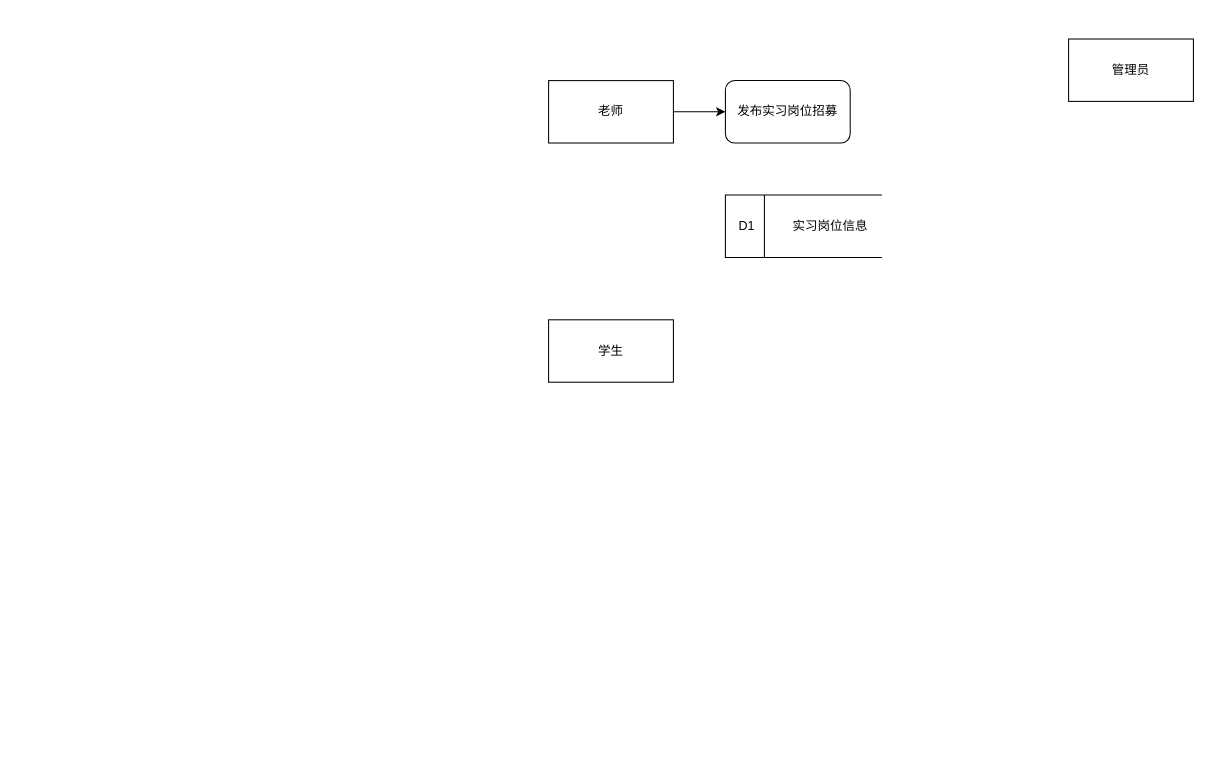
Before: 数据库大作业数据流图.drawio in peng-na/draw.io_pic, a draw.io diagram. Source tidied: cells renumbered, new cells numbered last; positions are measured from the earlier drawing's top-left corner, leaving out a move shared by most shapes. Both pictures are drawn from the tidied source at 104%, with x=0, y=0 at pixel (548, 38).
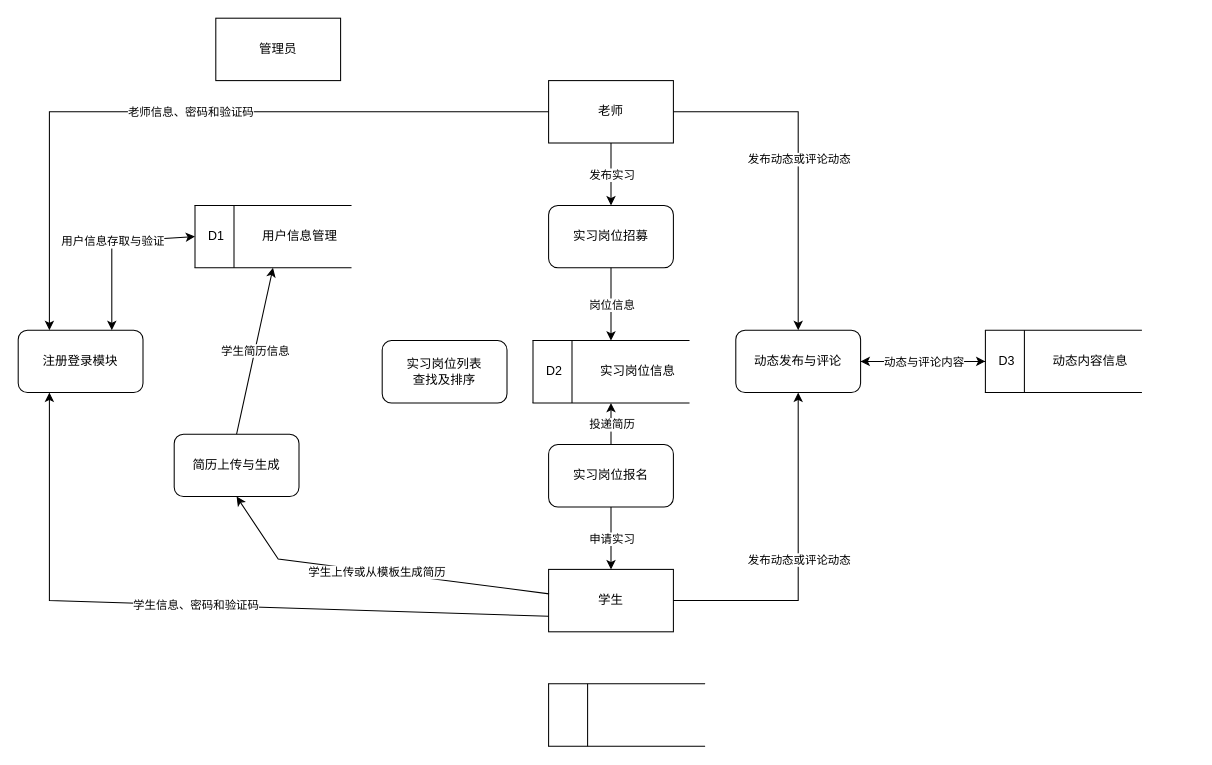
The same page after the edit.

Commit message (it also covers changes not shown here):
更新数据库大作业数据流图.drawio

The change refers to these unchanged cells:
```xml
<mxCell id="4" value="老师" style="rounded=0;whiteSpace=wrap;html=1;" parent="1" vertex="1">
  <mxGeometry y="40" width="120" height="60" as="geometry" />
</mxCell>
```

Diff of the diagram source:
```diff
@@
     <mxCell id="2" value="学生" style="rounded=0;whiteSpace=wrap;html=1;" parent="1" vertex="1">
-      <mxGeometry y="270" width="120" height="60" as="geometry" />
+      <mxGeometry y="510" width="120" height="60" as="geometry" />
     </mxCell>
-    <mxCell id="3" style="edgeStyle=orthogonalEdgeStyle;rounded=0;jettySize=auto;html=1;" parent="1" edge="1" source="4" target="6">
-      <mxGeometry relative="1" as="geometry" />
-    </mxCell>
@@
     <mxCell id="5" value="管理员" style="rounded=0;whiteSpace=wrap;html=1;" parent="1" vertex="1">
-      <mxGeometry x="500" width="120" height="60" as="geometry" />
+      <mxGeometry x="-320" y="-20" width="120" height="60" as="geometry" />
     </mxCell>
-    <mxCell id="6" value="发布实习岗位招募" style="rounded=1;whiteSpace=wrap;html=1;" parent="1" vertex="1">
-      <mxGeometry x="170" y="40" width="120" height="60" as="geometry" />
+    <mxCell id="6" value="实习岗位招募" style="rounded=1;whiteSpace=wrap;html=1;" parent="1" vertex="1">
+      <mxGeometry y="160" width="120" height="60" as="geometry" />
     </mxCell>
     <mxCell id="7" style="group;" parent="1" vertex="1">
-      <mxGeometry x="170" y="150" width="150" height="60" as="geometry" />
+      <mxGeometry x="-10" y="290" width="150" height="60" as="geometry" />
     </mxCell>
-    <mxCell id="8" value="D1&amp;nbsp; &amp;nbsp; &amp;nbsp; &amp;nbsp; &amp;nbsp; &amp;nbsp;实习岗位信息" style="shape=partialRectangle;whiteSpace=wrap;html=1;left=0;right=0;fillColor=none;" parent="7" vertex="1">
-      <mxGeometry width="150" height="60" as="geometry" />
+    <mxCell id="8" value="D2&amp;nbsp; &amp;nbsp; &amp;nbsp; &amp;nbsp; &amp;nbsp; &amp;nbsp;实习岗位信息" style="shape=partialRectangle;whiteSpace=wrap;html=1;left=0;right=0;fillColor=none;" parent="7" vertex="1">
+      <mxGeometry x="-5" width="150" height="60" as="geometry" />
     </mxCell>
@@
+    <mxCell id="11" value="实习岗位报名" style="rounded=1;whiteSpace=wrap;html=1;" parent="1" vertex="1">
+      <mxGeometry y="390" width="120" height="60" as="geometry" />
+    </mxCell>
+    <mxCell id="12" style="group;" parent="1" vertex="1">
+      <mxGeometry y="620" width="150" height="60" as="geometry" />
+    </mxCell>
+    <mxCell id="13" style="shape=partialRectangle;whiteSpace=wrap;html=1;left=0;right=0;fillColor=none;" parent="12" vertex="1">
+      <mxGeometry width="150" height="60" as="geometry" />
+    </mxCell>
+    <mxCell id="14" style="endArrow=none;html=1;rounded=0;entryX=0;entryY=0;entryDx=0;entryDy=0;exitX=0;exitY=1;exitDx=0;exitDy=0;" parent="12" edge="1" source="13" target="13">
+      <mxGeometry relative="1" as="geometry" />
+    </mxCell>
+    <mxCell id="15" style="endArrow=none;html=1;rounded=0;entryX=0.25;entryY=0;entryDx=0;entryDy=0;exitX=0.25;exitY=1;exitDx=0;exitDy=0;" parent="12" edge="1" source="13" target="13">
+      <mxGeometry relative="1" as="geometry" />
+    </mxCell>
+    <mxCell id="3" style="endArrow=classic;html=1;rounded=0;exitX=0.5;exitY=1;exitDx=0;exitDy=0;entryX=0.5;entryY=0;entryDx=0;entryDy=0;" parent="1" edge="1" source="4" target="6">
+      <mxGeometry relative="1" as="geometry" />
+    </mxCell>
+    <mxCell id="16" value="发布实习" style="edgeLabel;html=1;align=center;verticalAlign=middle;" parent="3" vertex="1">
+      <mxGeometry relative="1" as="geometry" />
+    </mxCell>
+    <mxCell id="17" style="endArrow=classic;html=1;rounded=0;exitX=0.5;exitY=1;exitDx=0;exitDy=0;entryX=0.5;entryY=0;entryDx=0;entryDy=0;" parent="1" edge="1" source="6" target="8">
+      <mxGeometry relative="1" as="geometry" />
+    </mxCell>
+    <mxCell id="18" value="岗位信息" style="edgeLabel;html=1;align=center;verticalAlign=middle;" parent="17" vertex="1">
+      <mxGeometry relative="1" as="geometry" />
+    </mxCell>
+    <mxCell id="19" style="endArrow=classic;html=1;rounded=0;exitX=0.5;exitY=1;exitDx=0;exitDy=0;entryX=0.5;entryY=0;entryDx=0;entryDy=0;" parent="1" edge="1" source="11" target="2">
+      <mxGeometry relative="1" as="geometry" />
+    </mxCell>
+    <mxCell id="20" value="申请实习" style="edgeLabel;html=1;align=center;verticalAlign=middle;" parent="19" vertex="1">
+      <mxGeometry relative="1" as="geometry" />
+    </mxCell>
+    <mxCell id="21" style="endArrow=classic;html=1;rounded=0;exitX=0.5;exitY=0;exitDx=0;exitDy=0;entryX=0.5;entryY=1;entryDx=0;entryDy=0;" parent="1" edge="1" source="11" target="8">
+      <mxGeometry relative="1" as="geometry" />
+    </mxCell>
+    <mxCell id="22" value="投递简历" style="edgeLabel;html=1;align=center;verticalAlign=middle;" parent="21" vertex="1">
+      <mxGeometry relative="1" as="geometry" />
+    </mxCell>
+    <mxCell id="23" value="动态发布与评论" style="rounded=1;whiteSpace=wrap;html=1;" parent="1" vertex="1">
+      <mxGeometry x="180" y="280" width="120" height="60" as="geometry" />
+    </mxCell>
+    <mxCell id="24" style="group;" parent="1" vertex="1">
+      <mxGeometry x="420" y="280" width="150" height="60" as="geometry" />
+    </mxCell>
+    <mxCell id="25" value="D3&amp;nbsp; &amp;nbsp; &amp;nbsp; &amp;nbsp; &amp;nbsp; &amp;nbsp;动态内容信息" style="shape=partialRectangle;whiteSpace=wrap;html=1;left=0;right=0;fillColor=none;" parent="24" vertex="1">
+      <mxGeometry width="150" height="60" as="geometry" />
+    </mxCell>
+    <mxCell id="26" style="endArrow=none;html=1;rounded=0;entryX=0;entryY=0;entryDx=0;entryDy=0;exitX=0;exitY=1;exitDx=0;exitDy=0;" parent="24" edge="1" source="25" target="25">
+      <mxGeometry relative="1" as="geometry" />
+    </mxCell>
+    <mxCell id="27" style="endArrow=none;html=1;rounded=0;entryX=0.25;entryY=0;entryDx=0;entryDy=0;exitX=0.25;exitY=1;exitDx=0;exitDy=0;" parent="24" edge="1" source="25" target="25">
+      <mxGeometry relative="1" as="geometry" />
+    </mxCell>
+    <mxCell id="28" style="endArrow=classic;html=1;rounded=0;exitX=0;exitY=0.5;exitDx=0;exitDy=0;entryX=1;entryY=0.5;entryDx=0;entryDy=0;" parent="1" edge="1" source="25" target="23">
+      <mxGeometry relative="1" as="geometry" />
+    </mxCell>
+    <mxCell id="29" style="endArrow=classic;html=1;rounded=0;exitX=1;exitY=0.5;exitDx=0;exitDy=0;entryX=0;entryY=0.5;entryDx=0;entryDy=0;" parent="1" edge="1" source="23" target="25">
+      <mxGeometry relative="1" as="geometry" />
+    </mxCell>
+    <mxCell id="30" value="动态与评论内容" style="edgeLabel;html=1;align=center;verticalAlign=middle;" parent="29" vertex="1">
+      <mxGeometry relative="1" as="geometry" />
+    </mxCell>
+    <mxCell id="31" style="endArrow=classic;html=1;rounded=0;exitX=1;exitY=0.5;exitDx=0;exitDy=0;entryX=0.5;entryY=0;entryDx=0;entryDy=0;" parent="1" edge="1" source="4" target="23">
+      <mxGeometry relative="1" as="geometry">
+        <Array as="points">
+          <mxPoint x="240" y="70" />
+        </Array>
+      </mxGeometry>
+    </mxCell>
+    <mxCell id="32" value="发布动态或评论动态" style="edgeLabel;html=1;align=center;verticalAlign=middle;" parent="31" vertex="1">
+      <mxGeometry relative="1" as="geometry" />
+    </mxCell>
+    <mxCell id="33" style="endArrow=classic;html=1;rounded=0;exitX=1;exitY=0.5;exitDx=0;exitDy=0;entryX=0.5;entryY=1;entryDx=0;entryDy=0;" parent="1" edge="1" source="2" target="23">
+      <mxGeometry relative="1" as="geometry">
+        <Array as="points">
+          <mxPoint x="240" y="540" />
+        </Array>
+      </mxGeometry>
+    </mxCell>
+    <mxCell id="34" value="发布动态或评论动态" style="edgeLabel;html=1;align=center;verticalAlign=middle;" parent="33" vertex="1">
+      <mxGeometry relative="1" as="geometry" />
+    </mxCell>
+    <mxCell id="35" value="注册登录模块" style="rounded=1;whiteSpace=wrap;html=1;" parent="1" vertex="1">
+      <mxGeometry x="-510" y="280" width="120" height="60" as="geometry" />
+    </mxCell>
+    <mxCell id="36" style="endArrow=classic;html=1;rounded=0;exitX=0;exitY=0.5;exitDx=0;exitDy=0;entryX=0.25;entryY=0;entryDx=0;entryDy=0;" parent="1" edge="1" source="4" target="35">
+      <mxGeometry relative="1" as="geometry">
+        <Array as="points">
+          <mxPoint x="-480" y="70" />
+        </Array>
+      </mxGeometry>
+    </mxCell>
+    <mxCell id="37" value="老师信息、密码和验证码" style="edgeLabel;html=1;align=center;verticalAlign=middle;" parent="36" vertex="1">
+      <mxGeometry relative="1" as="geometry" />
+    </mxCell>
+    <mxCell id="38" style="group;" parent="1" vertex="1">
+      <mxGeometry x="-340" y="160" width="150" height="60" as="geometry" />
+    </mxCell>
+    <mxCell id="39" value="D1&amp;nbsp; &amp;nbsp; &amp;nbsp; &amp;nbsp; &amp;nbsp; &amp;nbsp;用户信息管理" style="shape=partialRectangle;whiteSpace=wrap;html=1;left=0;right=0;fillColor=none;" parent="38" vertex="1">
+      <mxGeometry width="150" height="60" as="geometry" />
+    </mxCell>
+    <mxCell id="40" style="endArrow=none;html=1;rounded=0;entryX=0;entryY=0;entryDx=0;entryDy=0;exitX=0;exitY=1;exitDx=0;exitDy=0;" parent="38" edge="1" source="39" target="39">
+      <mxGeometry relative="1" as="geometry" />
+    </mxCell>
+    <mxCell id="41" style="endArrow=none;html=1;rounded=0;entryX=0.25;entryY=0;entryDx=0;entryDy=0;exitX=0.25;exitY=1;exitDx=0;exitDy=0;" parent="38" edge="1" source="39" target="39">
+      <mxGeometry relative="1" as="geometry" />
+    </mxCell>
+    <mxCell id="42" style="endArrow=classic;startArrow=classic;html=1;rounded=0;exitX=0.75;exitY=0;exitDx=0;exitDy=0;entryX=0;entryY=0.5;entryDx=0;entryDy=0;" parent="1" edge="1" source="35" target="39">
+      <mxGeometry relative="1" as="geometry">
+        <Array as="points">
+          <mxPoint x="-420" y="195" />
+        </Array>
+      </mxGeometry>
+    </mxCell>
+    <mxCell id="43" value="用户信息存取与验证" style="edgeLabel;html=1;align=center;verticalAlign=middle;" parent="42" vertex="1">
+      <mxGeometry x="0.04" y="5" relative="1" as="geometry">
+        <mxPoint y="5" as="offset" />
+      </mxGeometry>
+    </mxCell>
+    <mxCell id="44" style="endArrow=classic;html=1;rounded=0;exitX=0;exitY=0.75;exitDx=0;exitDy=0;entryX=0.25;entryY=1;entryDx=0;entryDy=0;" parent="1" edge="1" source="2" target="35">
+      <mxGeometry relative="1" as="geometry">
+        <Array as="points">
+          <mxPoint x="-480" y="540" />
+        </Array>
+      </mxGeometry>
+    </mxCell>
+    <mxCell id="45" value="学生信息、密码和验证码" style="edgeLabel;html=1;align=center;verticalAlign=middle;" parent="44" vertex="1">
+      <mxGeometry relative="1" as="geometry" />
+    </mxCell>
+    <mxCell id="46" value="简历上传与生成" style="rounded=1;whiteSpace=wrap;html=1;" parent="1" vertex="1">
+      <mxGeometry x="-360" y="380" width="120" height="60" as="geometry" />
+    </mxCell>
+    <mxCell id="47" style="endArrow=classic;html=1;rounded=0;exitX=0.004;exitY=0.392;exitDx=0;exitDy=0;entryX=0.5;entryY=1;entryDx=0;entryDy=0;exitPerimeter=0;" parent="1" edge="1" source="2" target="46">
+      <mxGeometry relative="1" as="geometry">
+        <Array as="points">
+          <mxPoint x="-260" y="500" />
+        </Array>
+      </mxGeometry>
+    </mxCell>
+    <mxCell id="48" value="学生上传或从模板生成简历" style="edgeLabel;html=1;align=center;verticalAlign=middle;" parent="47" vertex="1">
+      <mxGeometry relative="1" as="geometry" />
+    </mxCell>
+    <mxCell id="49" style="endArrow=classic;html=1;rounded=0;exitX=0.5;exitY=0;exitDx=0;exitDy=0;entryX=0.5;entryY=1;entryDx=0;entryDy=0;" parent="1" edge="1" source="46" target="39">
+      <mxGeometry relative="1" as="geometry" />
+    </mxCell>
+    <mxCell id="50" value="学生简历信息" style="edgeLabel;html=1;align=center;verticalAlign=middle;" parent="49" vertex="1">
+      <mxGeometry relative="1" as="geometry" />
+    </mxCell>
+    <mxCell id="51" value="实习岗位列表&lt;div&gt;查找及排序&lt;/div&gt;" style="rounded=1;whiteSpace=wrap;html=1;" parent="1" vertex="1">
+      <mxGeometry x="-160" y="290" width="120" height="60" as="geometry" />
+    </mxCell>
```
